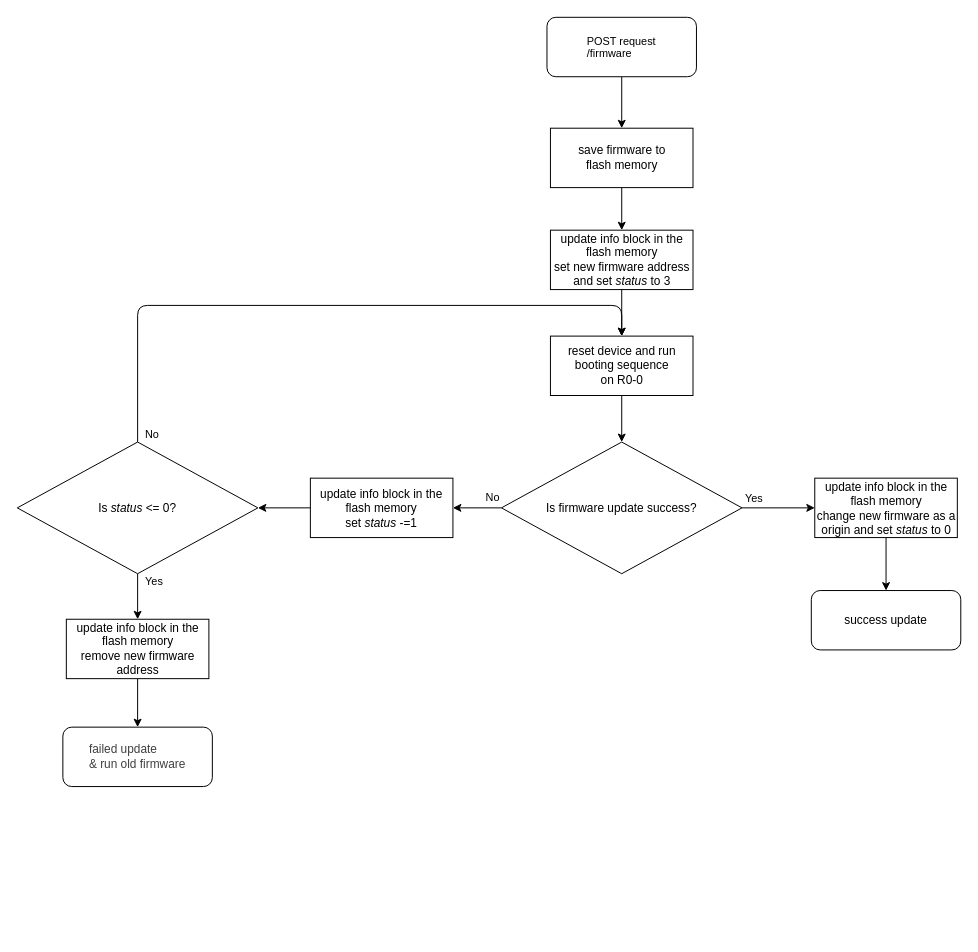
Above: schematic/05-sw-flow-fimware-update.drawio in petrkucerak/diplom-thesis (draw.io), before the change. Source tidied: cells renumbered, new cells numbered last; positions are measured from the earlier drawing's top-left corner, leaving out a move shared by most shapes. Both pictures are drawn from the tidied source at 99%, with x=0, y=0 at pixel (17, 17).
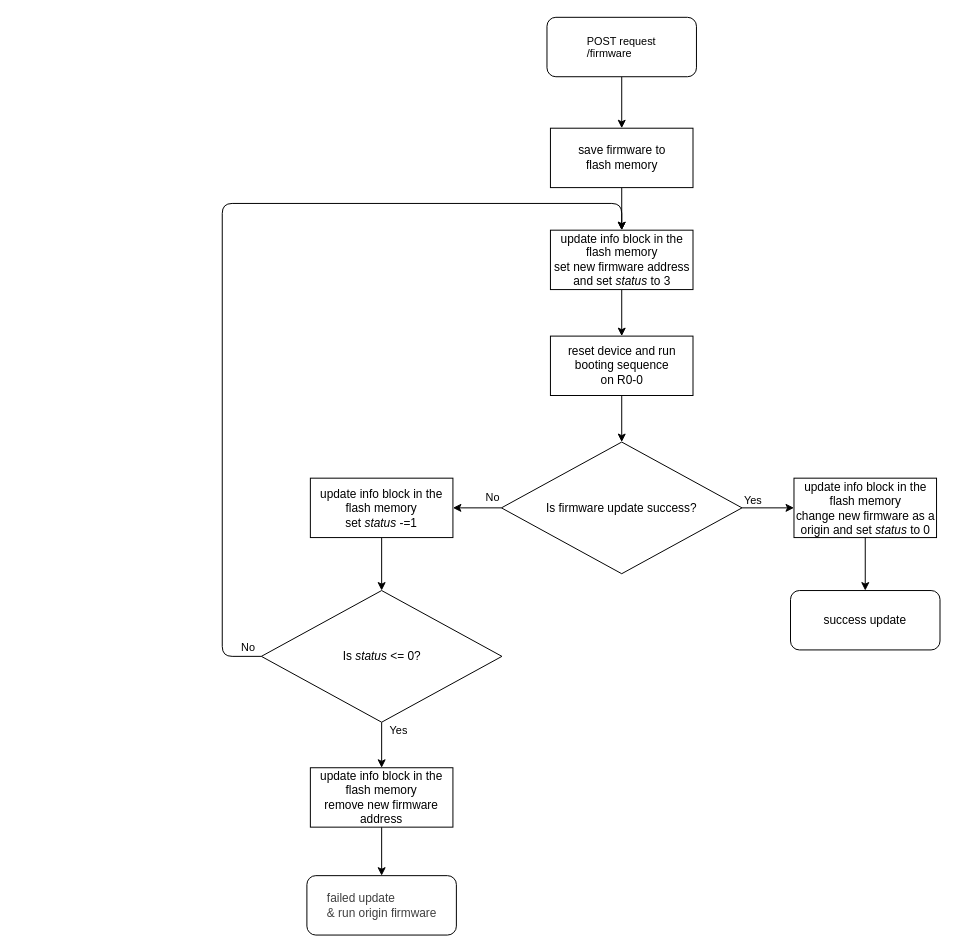
The same diagram, later.

Unchanged cells that the change refers to:
```xml
<mxCell id="7" value="update info block in the flash memory&lt;div&gt;set new firmware address and set&amp;nbsp;&lt;i&gt;status &lt;/i&gt;to 3&lt;/div&gt;" style="rounded=0;whiteSpace=wrap;html=1;flipV=0;" parent="1" vertex="1">
  <mxGeometry x="538.5" y="215" width="144" height="60" as="geometry" />
</mxCell>
<mxCell id="9" value="reset device and run booting sequence&lt;br&gt;on R0-0" style="rounded=0;whiteSpace=wrap;html=1;flipV=0;" parent="1" vertex="1">
  <mxGeometry x="538.5" y="322" width="144" height="60" as="geometry" />
</mxCell>
<mxCell id="10" style="edgeStyle=none;html=1;exitX=1;exitY=0.5;exitDx=0;exitDy=0;" parent="1" edge="1" source="14" target="16">
  <mxGeometry relative="1" as="geometry" />
</mxCell>
<mxCell id="18" value="update info block in the flash memory&lt;div&gt;set &lt;i&gt;status &lt;/i&gt;-=1&lt;/div&gt;" style="rounded=0;whiteSpace=wrap;html=1;" parent="1" vertex="1">
  <mxGeometry x="296" y="465.5" width="144" height="60" as="geometry" />
</mxCell>
```

What changed in the source:
```diff
@@
     <mxCell id="11" value="Yes" style="edgeLabel;html=1;align=center;verticalAlign=middle;" parent="10" vertex="1">
       <mxGeometry y="-2" relative="1" as="geometry">
-        <mxPoint x="-26" y="-12" as="offset" />
+        <mxPoint x="-16" y="-10" as="offset" />
       </mxGeometry>
     </mxCell>
@@
     <mxCell id="16" value="update info block in the flash memory&lt;div&gt;change new firmware as a origin and set &lt;i&gt;status &lt;/i&gt;to 0&lt;/div&gt;" style="rounded=0;whiteSpace=wrap;html=1;" parent="1" vertex="1">
-      <mxGeometry x="805.5" y="465.5" width="144" height="60" as="geometry" />
+      <mxGeometry x="784.5" y="465.5" width="144" height="60" as="geometry" />
     </mxCell>
-    <mxCell id="17" style="edgeStyle=none;html=1;exitX=0;exitY=0.5;exitDx=0;exitDy=0;" parent="1" edge="1" source="18" target="23">
+    <mxCell id="17" style="edgeStyle=none;html=1;exitX=0.5;exitY=1;exitDx=0;exitDy=0;" parent="1" edge="1" source="18" target="23">
       <mxGeometry relative="1" as="geometry" />
     </mxCell>
@@
-    <mxCell id="21" style="edgeStyle=orthogonalEdgeStyle;html=1;exitX=0.5;exitY=0;exitDx=0;exitDy=0;entryX=0.5;entryY=0;entryDx=0;entryDy=0;" parent="1" edge="1" source="23" target="9">
-      <mxGeometry relative="1" as="geometry">
-        <Array as="points">
-          <mxPoint x="122" y="291" />
-          <mxPoint x="610" y="291" />
-        </Array>
-      </mxGeometry>
-    </mxCell>
+    <mxCell id="28" style="edgeStyle=orthogonalEdgeStyle;html=1;exitX=0;exitY=0.5;exitDx=0;exitDy=0;entryX=0.5;entryY=0;entryDx=0;entryDy=0;" parent="1" edge="1" source="23" target="7">
+      <mxGeometry relative="1" as="geometry">
+        <Array as="points">
+          <mxPoint x="207" y="645" />
+          <mxPoint x="207" y="188" />
+          <mxPoint x="611" y="188" />
+        </Array>
+      </mxGeometry>
+    </mxCell>
-    <mxCell id="22" value="No" style="edgeLabel;html=1;align=center;verticalAlign=middle;" parent="21" vertex="1">
-      <mxGeometry x="-0.92" relative="1" as="geometry">
-        <mxPoint x="14" y="17" as="offset" />
+    <mxCell id="22" value="No" style="edgeLabel;html=1;align=center;verticalAlign=middle;" parent="28" vertex="1">
+      <mxGeometry x="-0.95" y="-1" relative="1" as="geometry">
+        <mxPoint x="9" y="-8" as="offset" />
       </mxGeometry>
     </mxCell>
     <mxCell id="23" value="Is &lt;i&gt;status &lt;/i&gt;&amp;lt;= 0?" style="rhombus;whiteSpace=wrap;html=1;" parent="1" vertex="1">
-      <mxGeometry y="429" width="243" height="133" as="geometry" />
+      <mxGeometry x="246.5" y="579" width="243" height="133" as="geometry" />
     </mxCell>
@@
     <mxCell id="25" value="update info block in the flash memory&lt;div&gt;remove new firmware address&lt;/div&gt;" style="rounded=0;whiteSpace=wrap;html=1;" parent="1" vertex="1">
-      <mxGeometry x="49.5" y="608" width="144" height="60" as="geometry" />
+      <mxGeometry x="296" y="758" width="144" height="60" as="geometry" />
     </mxCell>
     <mxCell id="26" value="&lt;div style=&quot;text-align: left;&quot;&gt;&lt;span style=&quot;background-color: transparent; text-wrap-mode: nowrap;&quot;&gt;&lt;font&gt;success update&lt;/font&gt;&lt;/span&gt;&lt;/div&gt;" style="rounded=1;whiteSpace=wrap;html=1;" parent="1" vertex="1">
-      <mxGeometry x="802" y="579" width="151" height="60" as="geometry" />
+      <mxGeometry x="781" y="579" width="151" height="60" as="geometry" />
     </mxCell>
-    <mxCell id="27" value="&lt;div style=&quot;text-align: left;&quot;&gt;&lt;font&gt;&lt;span style=&quot;color: rgb(63, 63, 63); text-wrap-mode: nowrap;&quot;&gt;failed update&lt;/span&gt;&lt;br style=&quot;color: rgb(63, 63, 63); text-wrap-mode: nowrap;&quot;&gt;&lt;span style=&quot;color: rgb(63, 63, 63); text-wrap-mode: nowrap;&quot;&gt;&amp;amp; run old firmware&lt;/span&gt;&lt;/font&gt;&lt;/div&gt;" style="rounded=1;whiteSpace=wrap;html=1;" parent="1" vertex="1">
-      <mxGeometry x="46" y="717" width="151" height="60" as="geometry" />
+    <mxCell id="27" value="&lt;div style=&quot;text-align: left;&quot;&gt;&lt;font&gt;&lt;span style=&quot;color: rgb(63, 63, 63); text-wrap-mode: nowrap;&quot;&gt;failed update&lt;/span&gt;&lt;br style=&quot;color: rgb(63, 63, 63); text-wrap-mode: nowrap;&quot;&gt;&lt;span style=&quot;color: rgb(63, 63, 63); text-wrap-mode: nowrap;&quot;&gt;&amp;amp; run origin firmware&lt;/span&gt;&lt;/font&gt;&lt;/div&gt;" style="rounded=1;whiteSpace=wrap;html=1;" parent="1" vertex="1">
+      <mxGeometry x="292.5" y="867" width="151" height="60" as="geometry" />
     </mxCell>
```
